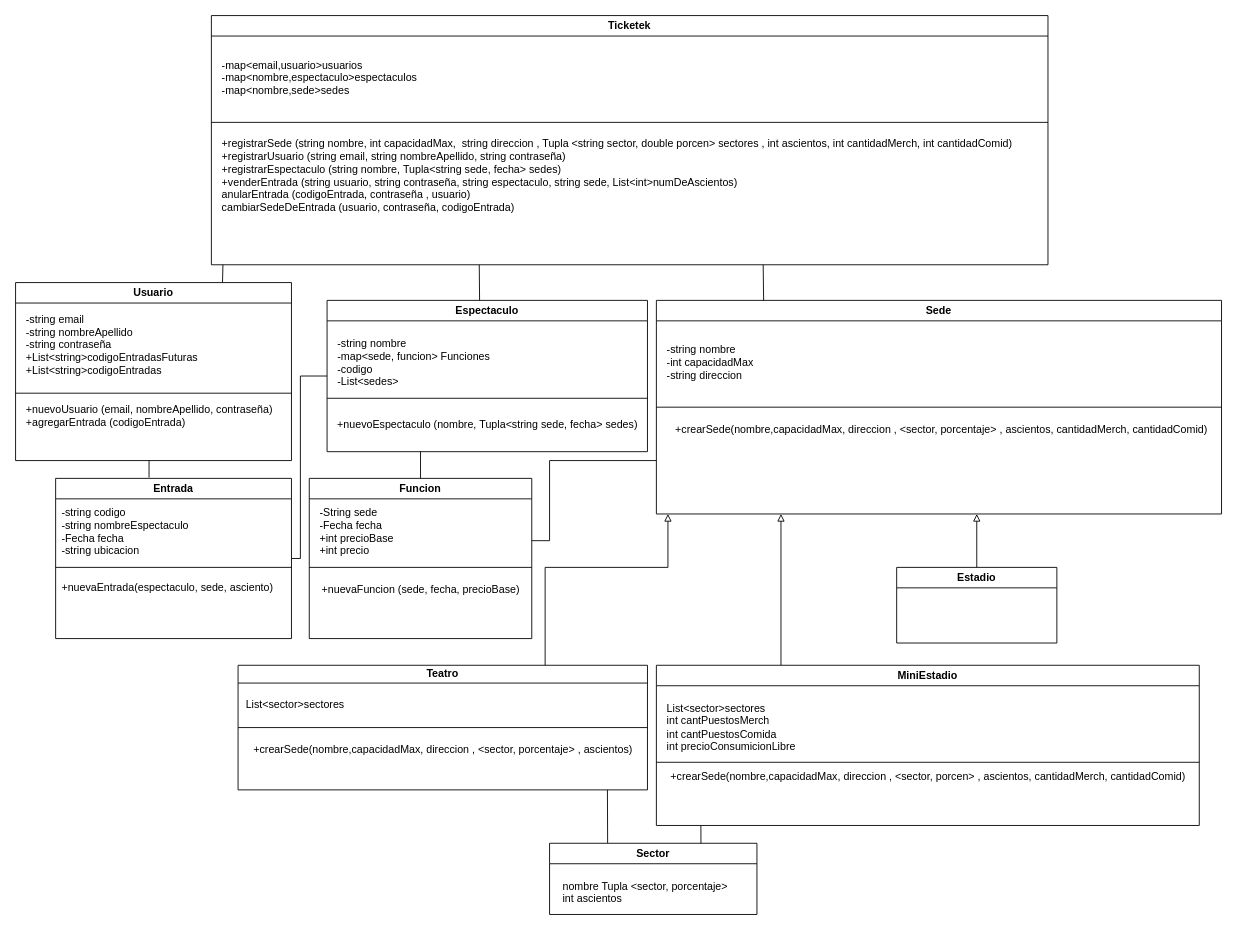
The draw.io diagram src/TPprog2.drawio in MarianoRada/TP-progra-2, before the edit. Source tidied: cells renumbered, new cells numbered last; positions are measured from the earlier drawing's top-left corner, leaving out a move shared by most shapes. Both pictures are drawn from the tidied source at 89%, with x=0, y=0 at pixel (15, 15).
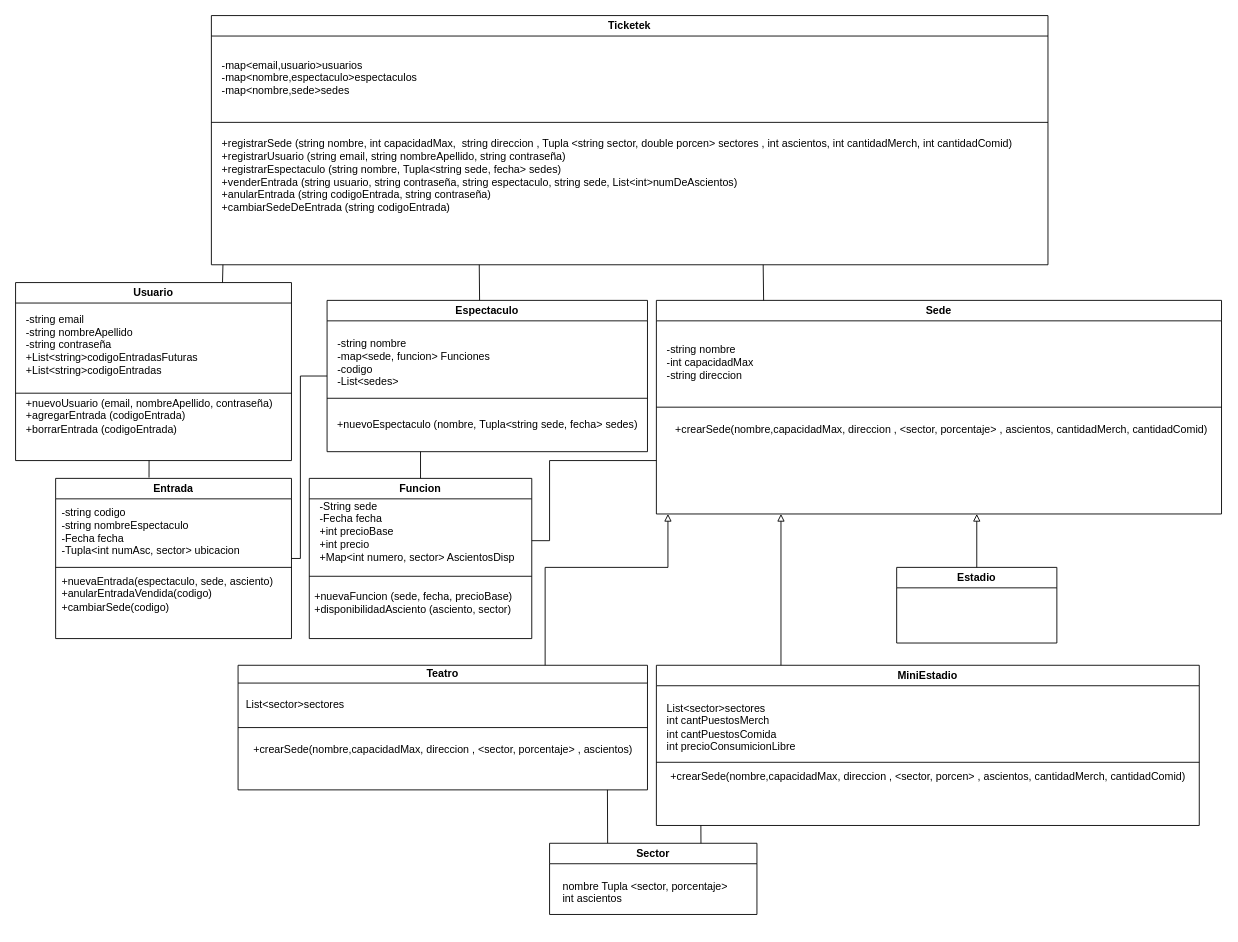
After the change.

Unchanged cells that the change refers to:
```xml
<mxCell id="2" value="Usuario" style="swimlane;whiteSpace=wrap;html=1;fillStyle=auto;rounded=0;glass=0;shadow=0;swimlaneLine=1;fontSize=12;" parent="1" vertex="1">
  <mxGeometry y="300" width="310" height="200" as="geometry" />
</mxCell>
<mxCell id="6" value="Ticketek" style="swimlane;whiteSpace=wrap;html=1;fillStyle=auto;rounded=0;glass=0;shadow=0;swimlaneLine=1;fontSize=12;" parent="1" vertex="1">
  <mxGeometry x="220" width="940" height="280" as="geometry" />
</mxCell>
<mxCell id="27" value="Entrada" style="swimlane;whiteSpace=wrap;html=1;fillStyle=auto;rounded=0;glass=0;shadow=0;swimlaneLine=1;fontSize=12;" parent="1" vertex="1">
  <mxGeometry x="45" y="520" width="265" height="180" as="geometry" />
</mxCell>
<mxCell id="35" value="Funcion" style="swimlane;whiteSpace=wrap;html=1;fillStyle=auto;rounded=0;glass=0;shadow=0;swimlaneLine=1;fontSize=12;" parent="1" vertex="1">
  <mxGeometry x="330" y="520" width="250" height="180" as="geometry" />
</mxCell>
```

Change to the diagram source:
```diff
@@
-    <mxCell id="5" value="&lt;span&gt;+nuevoUsuario (email, nombreApellido, contraseña)&lt;/span&gt;&lt;div&gt;&lt;span&gt;+agregarEntrada (codigoEntrada)&lt;/span&gt;&lt;/div&gt;" style="text;html=1;align=left;verticalAlign=middle;strokeColor=none;fillColor=none;fontSize=12;" parent="2" vertex="1">
-      <mxGeometry x="10" y="130" width="300" height="40" as="geometry" />
+    <mxCell id="5" value="&lt;span&gt;+nuevoUsuario (email, nombreApellido, contraseña)&lt;/span&gt;&lt;div&gt;&lt;span&gt;+agregarEntrada (codigoEntrada)&lt;/span&gt;&lt;/div&gt;&lt;div&gt;+borrarEntrada (codigoEntrada)&lt;span&gt;&lt;/span&gt;&lt;/div&gt;" style="text;html=1;align=left;verticalAlign=middle;strokeColor=none;fillColor=none;fontSize=12;" parent="2" vertex="1">
+      <mxGeometry x="10" y="120" width="300" height="60" as="geometry" />
     </mxCell>
@@
-    <mxCell id="10" value="&lt;font&gt;+registrarSede (string nombre, int capacidadMax,&amp;nbsp; string direccion , Tupla&amp;nbsp;&lt;span style=&quot;color: light-dark(rgb(0, 0, 0), rgb(255, 255, 255)); background-color: transparent;&quot;&gt;&amp;lt;string sector, double porcen&lt;/span&gt;&lt;span style=&quot;color: light-dark(rgb(0, 0, 0), rgb(255, 255, 255)); background-color: transparent;&quot;&gt;&amp;gt;&lt;/span&gt;&amp;nbsp;sectores , int ascientos, int cantidadMerch, int cantidadComid)&lt;/font&gt;&lt;div&gt;&lt;font&gt;+registrarUsuario (string email, string nombreApellido, string contraseña)&lt;/font&gt;&lt;/div&gt;&lt;div&gt;&lt;font&gt;+registrarEspectaculo (string nombre,&amp;nbsp;Tupla&lt;span style=&quot;color: light-dark(rgb(0, 0, 0), rgb(255, 255, 255)); background-color: transparent;&quot;&gt;&amp;lt;string sede, fecha&lt;/span&gt;&lt;span style=&quot;color: light-dark(rgb(0, 0, 0), rgb(255, 255, 255)); background-color: transparent;&quot;&gt;&amp;gt; sedes&lt;/span&gt;)&lt;/font&gt;&lt;/div&gt;&lt;div&gt;&lt;font&gt;+venderEntrada (string usuario, string contraseña, string espectaculo, string sede, List&lt;/font&gt;&lt;span style=&quot;background-color: transparent; color: light-dark(rgb(0, 0, 0), rgb(255, 255, 255));&quot;&gt;&amp;lt;int&lt;/span&gt;&lt;span style=&quot;background-color: transparent; color: light-dark(rgb(0, 0, 0), rgb(255, 255, 255));&quot;&gt;&amp;gt;&lt;/span&gt;&lt;span style=&quot;background-color: transparent; color: light-dark(rgb(0, 0, 0), rgb(255, 255, 255));&quot;&gt;numDeAscientos)&lt;/span&gt;&lt;/div&gt;&lt;div&gt;&lt;font&gt;anularEntrada (codigoEntrada, contraseña , usuario)&lt;/font&gt;&lt;/div&gt;&lt;div&gt;&lt;font&gt;cambiarSedeDeEntrada (usuario, contraseña, codigoEntrada)&lt;/font&gt;&lt;/div&gt;" style="text;html=1;align=left;verticalAlign=middle;strokeColor=none;fillColor=none;fontSize=12;" parent="6" vertex="1">
+    <mxCell id="10" value="&lt;font&gt;+registrarSede (string nombre, int capacidadMax,&amp;nbsp; string direccion , Tupla&amp;nbsp;&lt;span style=&quot;color: light-dark(rgb(0, 0, 0), rgb(255, 255, 255)); background-color: transparent;&quot;&gt;&amp;lt;string sector, double porcen&lt;/span&gt;&lt;span style=&quot;color: light-dark(rgb(0, 0, 0), rgb(255, 255, 255)); background-color: transparent;&quot;&gt;&amp;gt;&lt;/span&gt;&amp;nbsp;sectores , int ascientos, int cantidadMerch, int cantidadComid)&lt;/font&gt;&lt;div&gt;&lt;font&gt;+registrarUsuario (string email, string nombreApellido, string contraseña)&lt;/font&gt;&lt;/div&gt;&lt;div&gt;&lt;font&gt;+registrarEspectaculo (string nombre,&amp;nbsp;Tupla&lt;span style=&quot;color: light-dark(rgb(0, 0, 0), rgb(255, 255, 255)); background-color: transparent;&quot;&gt;&amp;lt;string sede, fecha&lt;/span&gt;&lt;span style=&quot;color: light-dark(rgb(0, 0, 0), rgb(255, 255, 255)); background-color: transparent;&quot;&gt;&amp;gt; sedes&lt;/span&gt;)&lt;/font&gt;&lt;/div&gt;&lt;div&gt;&lt;font&gt;+venderEntrada (string usuario, string contraseña, string espectaculo, string sede, List&lt;/font&gt;&lt;span style=&quot;background-color: transparent; color: light-dark(rgb(0, 0, 0), rgb(255, 255, 255));&quot;&gt;&amp;lt;int&lt;/span&gt;&lt;span style=&quot;background-color: transparent; color: light-dark(rgb(0, 0, 0), rgb(255, 255, 255));&quot;&gt;&amp;gt;&lt;/span&gt;&lt;span style=&quot;background-color: transparent; color: light-dark(rgb(0, 0, 0), rgb(255, 255, 255));&quot;&gt;numDeAscientos)&lt;/span&gt;&lt;/div&gt;&lt;div&gt;&lt;font&gt;+anularEntrada (string codigoEntrada, string contraseña)&lt;/font&gt;&lt;/div&gt;&lt;div&gt;&lt;font&gt;+cambiarSedeDeEntrada (string codigoEntrada)&lt;/font&gt;&lt;/div&gt;" style="text;html=1;align=left;verticalAlign=middle;strokeColor=none;fillColor=none;fontSize=12;" parent="6" vertex="1">
       <mxGeometry x="10" y="130" width="910" height="100" as="geometry" />
     </mxCell>
@@
-    <mxCell id="28" value="&lt;div&gt;&lt;span&gt;-string codigo&lt;/span&gt;&lt;/div&gt;&lt;div&gt;&lt;span&gt;-string nombreEspectaculo&lt;/span&gt;&lt;/div&gt;&lt;div&gt;&lt;span&gt;-Fecha fecha&lt;/span&gt;&lt;/div&gt;&lt;div&gt;&lt;span&gt;-string ubicacion&lt;/span&gt;&lt;/div&gt;" style="text;html=1;align=left;verticalAlign=middle;strokeColor=none;fillColor=none;fontSize=12;" parent="27" vertex="1">
-      <mxGeometry x="5" y="25" width="170" height="70" as="geometry" />
+    <mxCell id="28" value="&lt;div&gt;&lt;span&gt;-string codigo&lt;/span&gt;&lt;/div&gt;&lt;div&gt;&lt;span&gt;-string nombreEspectaculo&lt;/span&gt;&lt;/div&gt;&lt;div&gt;&lt;span&gt;-Fecha fecha&lt;/span&gt;&lt;/div&gt;&lt;div&gt;&lt;span&gt;-Tupla&lt;/span&gt;&lt;span style=&quot;background-color: transparent; color: light-dark(rgb(0, 0, 0), rgb(255, 255, 255));&quot;&gt;&amp;lt;int numAsc, sector&lt;/span&gt;&lt;span style=&quot;background-color: transparent; color: light-dark(rgb(0, 0, 0), rgb(255, 255, 255));&quot;&gt;&amp;gt;&lt;/span&gt;&lt;span style=&quot;background-color: transparent; color: light-dark(rgb(0, 0, 0), rgb(255, 255, 255));&quot;&gt;&amp;nbsp;ubicacion&lt;/span&gt;&lt;/div&gt;" style="text;html=1;align=left;verticalAlign=middle;strokeColor=none;fillColor=none;fontSize=12;" parent="27" vertex="1">
+      <mxGeometry x="5" y="25" width="220" height="70" as="geometry" />
     </mxCell>
@@
-    <mxCell id="30" value="+nuevaEntrada(espectaculo, sede, asciento)&lt;div&gt;&lt;br&gt;&lt;/div&gt;" style="text;html=1;align=left;verticalAlign=middle;strokeColor=none;fillColor=none;fontSize=12;" parent="27" vertex="1">
-      <mxGeometry x="5" y="110" width="260" height="40" as="geometry" />
+    <mxCell id="30" value="+nuevaEntrada(espectaculo, sede, asciento)&lt;div&gt;+anularEntradaVendida(codigo)&lt;/div&gt;&lt;div&gt;+cambiarSede(codigo)&lt;/div&gt;" style="text;html=1;align=left;verticalAlign=middle;strokeColor=none;fillColor=none;fontSize=12;" parent="27" vertex="1">
+      <mxGeometry x="5" y="100" width="260" height="60" as="geometry" />
     </mxCell>
@@
-    <mxCell id="36" value="&lt;div&gt;&lt;span style=&quot;background-color: transparent; color: light-dark(rgb(0, 0, 0), rgb(255, 255, 255));&quot;&gt;-String sede&lt;/span&gt;&lt;/div&gt;&lt;div&gt;&lt;span style=&quot;background-color: transparent; color: light-dark(rgb(0, 0, 0), rgb(255, 255, 255));&quot;&gt;-Fecha fecha&lt;/span&gt;&lt;/div&gt;&lt;div&gt;&lt;span style=&quot;background-color: transparent; color: light-dark(rgb(0, 0, 0), rgb(255, 255, 255));&quot;&gt;+int precioBase&lt;/span&gt;&lt;/div&gt;&lt;div&gt;&lt;span style=&quot;background-color: transparent; color: light-dark(rgb(0, 0, 0), rgb(255, 255, 255));&quot;&gt;+int precio&lt;/span&gt;&lt;/div&gt;" style="text;html=1;align=left;verticalAlign=middle;strokeColor=none;fillColor=none;fontSize=12;" parent="35" vertex="1">
-      <mxGeometry x="10" y="25" width="110" height="70" as="geometry" />
+    <mxCell id="36" value="&lt;div&gt;&lt;span style=&quot;background-color: transparent; color: light-dark(rgb(0, 0, 0), rgb(255, 255, 255));&quot;&gt;-String sede&lt;/span&gt;&lt;/div&gt;&lt;div&gt;&lt;span style=&quot;background-color: transparent; color: light-dark(rgb(0, 0, 0), rgb(255, 255, 255));&quot;&gt;-Fecha fecha&lt;/span&gt;&lt;/div&gt;&lt;div&gt;&lt;span style=&quot;background-color: transparent; color: light-dark(rgb(0, 0, 0), rgb(255, 255, 255));&quot;&gt;+int precioBase&lt;/span&gt;&lt;/div&gt;&lt;div&gt;&lt;span style=&quot;background-color: transparent; color: light-dark(rgb(0, 0, 0), rgb(255, 255, 255));&quot;&gt;+int precio&lt;/span&gt;&lt;/div&gt;&lt;div&gt;&lt;span style=&quot;color: light-dark(rgb(0, 0, 0), rgb(255, 255, 255)); background-color: transparent;&quot;&gt;+Map&amp;lt;int numero, sector&lt;/span&gt;&lt;span style=&quot;color: light-dark(rgb(0, 0, 0), rgb(255, 255, 255)); background-color: transparent;&quot;&gt;&amp;gt; AscientosDisp&lt;/span&gt;&lt;/div&gt;" style="text;html=1;align=left;verticalAlign=middle;strokeColor=none;fillColor=none;fontSize=12;" parent="35" vertex="1">
+      <mxGeometry x="10" y="15" width="240" height="90" as="geometry" />
     </mxCell>
-    <mxCell id="37" value="+nuevaFuncion (sede, fecha, precioBase)" style="text;html=1;align=center;verticalAlign=middle;strokeColor=none;fillColor=none;fontSize=12;" parent="35" vertex="1">
-      <mxGeometry y="110" width="250" height="30" as="geometry" />
+    <mxCell id="37" value="+nuevaFuncion (sede, fecha, precioBase)&lt;div&gt;+disponibilidadAsciento (asciento, sector)&lt;/div&gt;" style="text;html=1;align=left;verticalAlign=middle;strokeColor=none;fillColor=none;fontSize=12;" parent="35" vertex="1">
+      <mxGeometry x="4" y="120" width="250" height="40" as="geometry" />
     </mxCell>
+    <mxCell id="48" style="endArrow=none;html=1;rounded=0;fontSize=12;" parent="35" edge="1">
+      <mxGeometry relative="1" as="geometry">
+        <mxPoint y="110" as="sourcePoint" />
+        <mxPoint x="250" y="110" as="targetPoint" />
+      </mxGeometry>
+    </mxCell>
@@
-    <mxCell id="48" style="endArrow=none;html=1;rounded=0;fontSize=12;" parent="1" edge="1">
-      <mxGeometry relative="1" as="geometry">
-        <mxPoint x="330" y="620" as="sourcePoint" />
-        <mxPoint x="580" y="620" as="targetPoint" />
-      </mxGeometry>
-    </mxCell>
```
